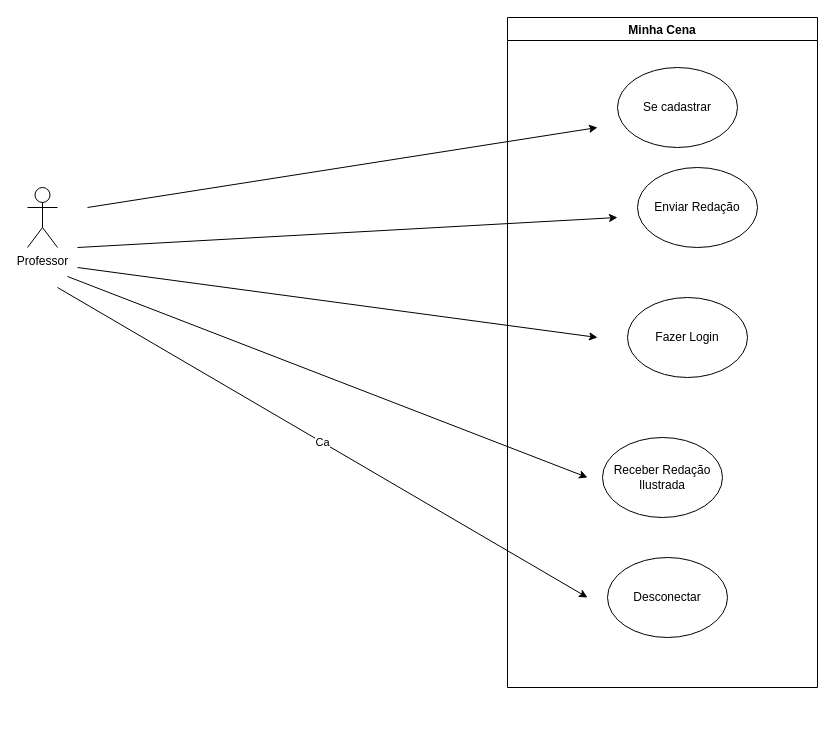
pmarangon/BackEnd-Minha-Cena keeps this draw.io diagram as page "Professor" (1 of 2) of Untitled Diagram.drawio. Above is the earlier version. Source tidied: cells renumbered, new cells numbered last; positions are measured from the earlier drawing's top-left corner, leaving out a move shared by most shapes. Both pictures are drawn from the tidied source at 100%, with x=0, y=0 at pixel (27, 17).
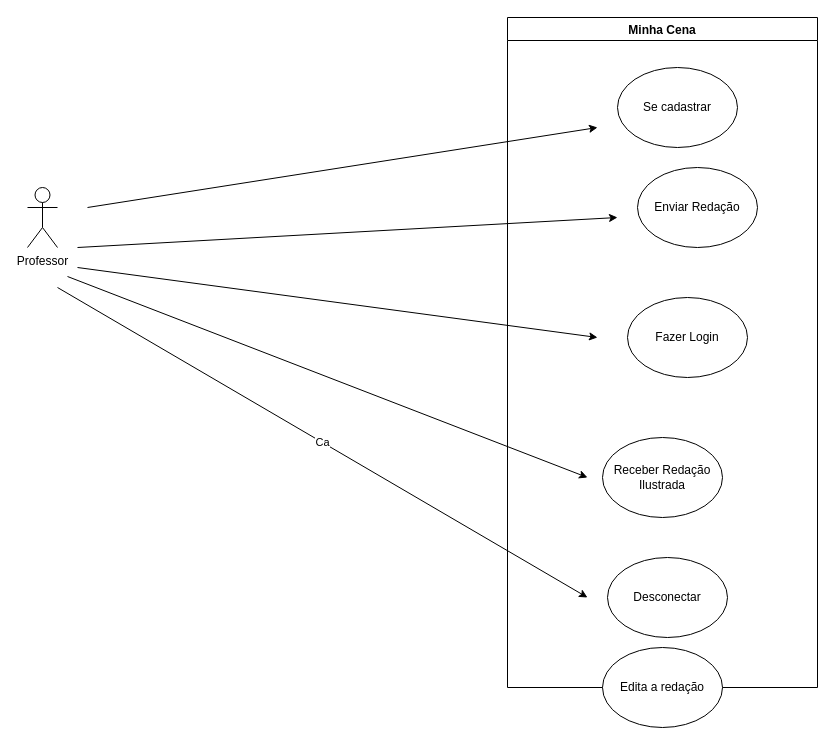
After the change.

Change to the diagram source:
```diff
@@
 <mxGraphModel>
   <root>
     <mxCell id="0" />
     <mxCell id="1" parent="0" />
     <mxCell id="2" value="Professor" style="shape=umlActor;verticalLabelPosition=bottom;verticalAlign=top;html=1;" parent="1" vertex="1">
       <mxGeometry y="170" width="30" height="60" as="geometry" />
     </mxCell>
     <mxCell id="3" value="Minha Cena" style="swimlane;" parent="1" vertex="1">
       <mxGeometry x="480" width="310" height="670" as="geometry" />
     </mxCell>
     <mxCell id="4" value="Se cadastrar" style="ellipse;whiteSpace=wrap;html=1;" parent="3" vertex="1">
       <mxGeometry x="110" y="50" width="120" height="80" as="geometry" />
     </mxCell>
     <mxCell id="5" value="Enviar Redação" style="ellipse;whiteSpace=wrap;html=1;" parent="3" vertex="1">
       <mxGeometry x="130" y="150" width="120" height="80" as="geometry" />
     </mxCell>
     <mxCell id="6" value="Fazer Login" style="ellipse;whiteSpace=wrap;html=1;" parent="3" vertex="1">
       <mxGeometry x="120" y="280" width="120" height="80" as="geometry" />
     </mxCell>
     <mxCell id="7" value="Receber Redação&lt;br&gt;Ilustrada" style="ellipse;whiteSpace=wrap;html=1;" parent="3" vertex="1">
       <mxGeometry x="95" y="420" width="120" height="80" as="geometry" />
     </mxCell>
     <mxCell id="8" value="Desconectar" style="ellipse;whiteSpace=wrap;html=1;" parent="3" vertex="1">
       <mxGeometry x="100" y="540" width="120" height="80" as="geometry" />
     </mxCell>
+    <mxCell id="14" value="Edita a redação" style="ellipse;whiteSpace=wrap;html=1;" parent="3" vertex="1">
+      <mxGeometry x="95" y="630" width="120" height="80" as="geometry" />
+    </mxCell>
     <mxCell id="9" style="endArrow=classic;html=1;rounded=0;" parent="1" edge="1">
       <mxGeometry relative="1" as="geometry">
         <mxPoint x="60" y="190" as="sourcePoint" />
         <mxPoint x="570" y="110" as="targetPoint" />
       </mxGeometry>
     </mxCell>
     <mxCell id="10" style="endArrow=classic;html=1;rounded=0;" parent="1" edge="1">
       <mxGeometry relative="1" as="geometry">
         <mxPoint x="50" y="230" as="sourcePoint" />
         <mxPoint x="590" y="200" as="targetPoint" />
       </mxGeometry>
     </mxCell>
     <mxCell id="11" style="endArrow=classic;html=1;rounded=0;" parent="1" edge="1">
       <mxGeometry relative="1" as="geometry">
         <mxPoint x="50" y="250" as="sourcePoint" />
         <mxPoint x="570" y="320" as="targetPoint" />
       </mxGeometry>
     </mxCell>
     <mxCell id="12" style="endArrow=classic;html=1;rounded=0;" parent="1" edge="1">
       <mxGeometry relative="1" as="geometry">
         <mxPoint x="40" y="259" as="sourcePoint" />
         <mxPoint x="560" y="460" as="targetPoint" />
       </mxGeometry>
     </mxCell>
     <mxCell id="13" value="Ca" style="endArrow=classic;html=1;rounded=0;" parent="1" edge="1">
       <mxGeometry relative="1" as="geometry">
         <mxPoint x="30" y="270" as="sourcePoint" />
         <mxPoint x="560" y="580" as="targetPoint" />
       </mxGeometry>
     </mxCell>
   </root>
 </mxGraphModel>
```
